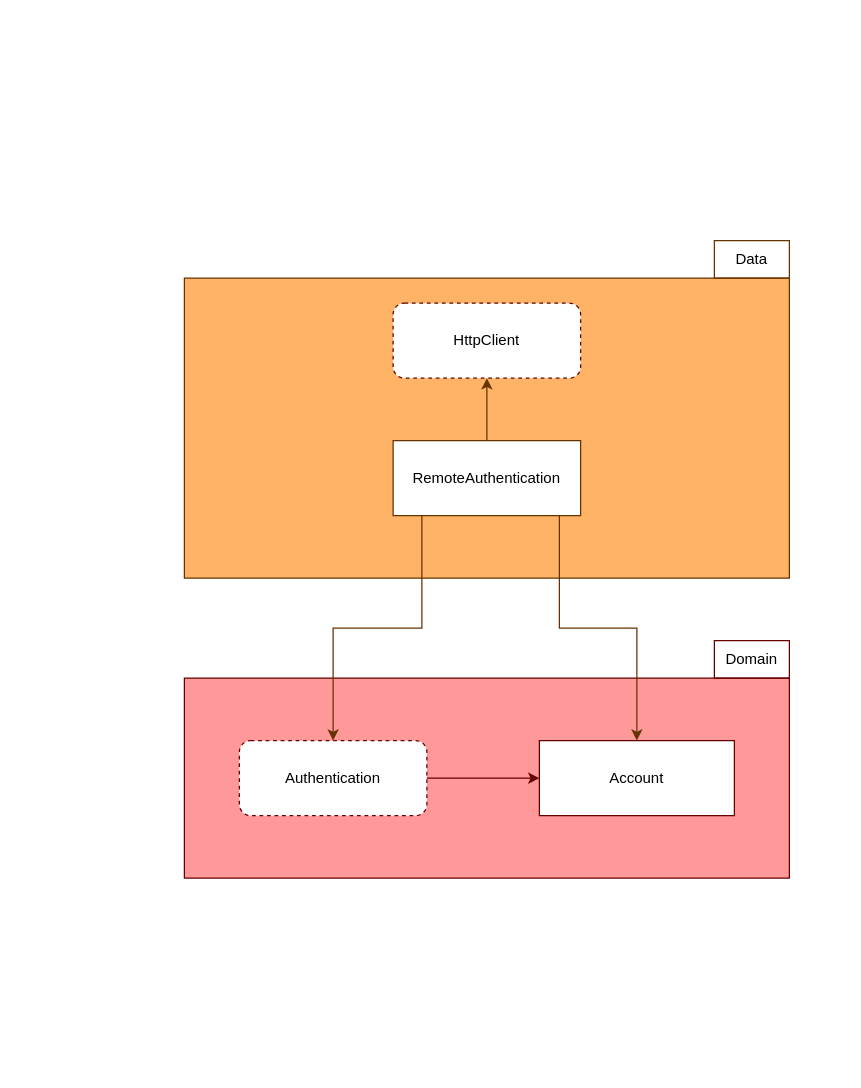
The draw.io diagram diagrams/Diagrama clean-flutter-app.drawio in camargoguilherme/draw.io-repository-public, before the edit. Source tidied: cells renumbered, new cells numbered last; positions are measured from the earlier drawing's top-left corner, leaving out a move shared by most shapes. Both pictures are drawn from the tidied source at 125%, with x=0, y=0 at pixel (184, 240).
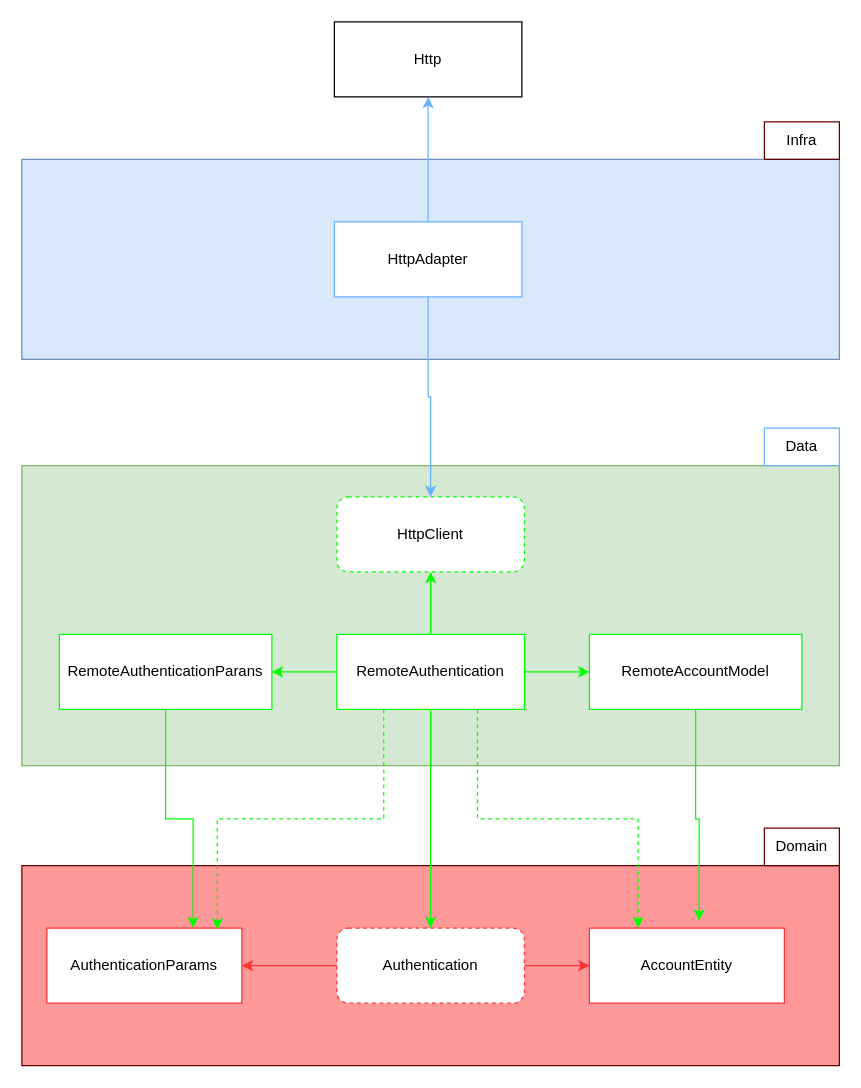
The same diagram, later.

What changed in the source:
```diff
@@
-    <mxCell id="2" style="rounded=0;whiteSpace=wrap;html=1;fillColor=#FFB366;strokeColor=#663300;" parent="1" vertex="1">
-      <mxGeometry y="30" width="484" height="240" as="geometry" />
+    <mxCell id="2" style="rounded=0;whiteSpace=wrap;html=1;fillColor=#d5e8d4;strokeColor=#82b366;" parent="1" vertex="1">
+      <mxGeometry x="-130" y="180" width="654" height="240" as="geometry" />
     </mxCell>
     <mxCell id="3" style="rounded=0;whiteSpace=wrap;html=1;fillColor=#FF9999;strokeColor=#660000;" parent="1" vertex="1">
-      <mxGeometry y="350" width="484" height="160" as="geometry" />
+      <mxGeometry x="-130" y="500" width="654" height="160" as="geometry" />
     </mxCell>
+    <mxCell id="6" style="edgeStyle=orthogonalEdgeStyle;rounded=0;jettySize=auto;html=1;strokeColor=#00FF00;" parent="1" edge="1" source="7" target="13">
+      <mxGeometry relative="1" as="geometry" />
+    </mxCell>
+    <mxCell id="14" style="edgeStyle=orthogonalEdgeStyle;rounded=0;jettySize=auto;html=1;strokeColor=#00FF00;" parent="1" edge="1" source="7" target="19">
+      <mxGeometry relative="1" as="geometry" />
+    </mxCell>
+    <mxCell id="15" style="edgeStyle=orthogonalEdgeStyle;rounded=0;jettySize=auto;html=1;strokeColor=#00FF00;" parent="1" edge="1" source="7" target="18">
+      <mxGeometry relative="1" as="geometry" />
+    </mxCell>
-    <mxCell id="4" style="edgeStyle=orthogonalEdgeStyle;rounded=0;jettySize=auto;html=1;strokeColor=#663300;" parent="1" edge="1" source="7" target="10">
-      <mxGeometry relative="1" as="geometry">
-        <Array as="points">
-          <mxPoint x="190" y="310" />
-          <mxPoint x="119" y="310" />
-        </Array>
-      </mxGeometry>
+    <mxCell id="4" style="edgeStyle=orthogonalEdgeStyle;rounded=0;jettySize=auto;html=1;strokeColor=#00FF00;" parent="1" edge="1" source="7" target="10">
+      <mxGeometry relative="1" as="geometry" />
     </mxCell>
-    <mxCell id="5" style="edgeStyle=orthogonalEdgeStyle;rounded=0;jettySize=auto;html=1;strokeColor=#663300;" parent="1" edge="1" source="7" target="11">
-      <mxGeometry relative="1" as="geometry">
-        <Array as="points">
-          <mxPoint x="300" y="310" />
-          <mxPoint x="362" y="310" />
-        </Array>
-      </mxGeometry>
+    <mxCell id="5" style="edgeStyle=orthogonalEdgeStyle;rounded=0;jettySize=auto;html=1;exitX=0.75;exitY=1;exitDx=0;exitDy=0;entryX=0.25;entryY=0;entryDx=0;entryDy=0;dashed=1;strokeColor=#00FF00;" parent="1" edge="1" source="7" target="11">
+      <mxGeometry relative="1" as="geometry" />
     </mxCell>
-    <mxCell id="6" style="edgeStyle=orthogonalEdgeStyle;rounded=0;jettySize=auto;html=1;strokeColor=#663300;" parent="1" edge="1" source="7" target="13">
-      <mxGeometry relative="1" as="geometry" />
-    </mxCell>
-    <mxCell id="7" value="RemoteAuthentication" style="rounded=0;whiteSpace=wrap;html=1;strokeColor=#663300;" parent="1" vertex="1">
-      <mxGeometry x="167" y="160" width="150" height="60" as="geometry" />
+    <mxCell id="7" value="RemoteAuthentication" style="rounded=0;whiteSpace=wrap;html=1;strokeColor=#00FF00;" parent="1" vertex="1">
+      <mxGeometry x="122" y="315" width="150" height="60" as="geometry" />
     </mxCell>
-    <mxCell id="8" value="Data" style="text;html=1;strokeColor=#663300;fillColor=none;align=center;verticalAlign=middle;whiteSpace=wrap;rounded=0;" parent="1" vertex="1">
-      <mxGeometry x="424" width="60" height="30" as="geometry" />
+    <mxCell id="8" value="Data" style="text;html=1;strokeColor=#66B2FF;fillColor=none;align=center;verticalAlign=middle;whiteSpace=wrap;rounded=0;" parent="1" vertex="1">
+      <mxGeometry x="464" y="150" width="60" height="30" as="geometry" />
     </mxCell>
-    <mxCell id="9" style="edgeStyle=orthogonalEdgeStyle;rounded=0;jettySize=auto;html=1;entryX=0;entryY=0.5;entryDx=0;entryDy=0;strokeColor=#660000;" parent="1" edge="1" source="10" target="11">
+    <mxCell id="9" style="edgeStyle=orthogonalEdgeStyle;rounded=0;jettySize=auto;html=1;entryX=0;entryY=0.5;entryDx=0;entryDy=0;strokeColor=#FF3333;" parent="1" edge="1" source="10" target="11">
       <mxGeometry relative="1" as="geometry" />
     </mxCell>
+    <mxCell id="16" style="edgeStyle=orthogonalEdgeStyle;rounded=0;jettySize=auto;html=1;entryX=1;entryY=0.5;entryDx=0;entryDy=0;strokeColor=#FF3333;" parent="1" edge="1" source="10" target="20">
+      <mxGeometry relative="1" as="geometry" />
+    </mxCell>
-    <mxCell id="10" value="Authentication" style="rounded=1;whiteSpace=wrap;html=1;dashed=1;strokeColor=#660000;" parent="1" vertex="1">
-      <mxGeometry x="44" y="400" width="150" height="60" as="geometry" />
+    <mxCell id="10" value="Authentication" style="rounded=1;whiteSpace=wrap;html=1;dashed=1;strokeColor=#FF3333;" parent="1" vertex="1">
+      <mxGeometry x="122" y="550" width="150" height="60" as="geometry" />
     </mxCell>
-    <mxCell id="11" value="Account" style="rounded=0;whiteSpace=wrap;html=1;strokeColor=#660000;" parent="1" vertex="1">
-      <mxGeometry x="284" y="400" width="156" height="60" as="geometry" />
+    <mxCell id="11" value="AccountEntity" style="rounded=0;whiteSpace=wrap;html=1;strokeColor=#FF3333;" parent="1" vertex="1">
+      <mxGeometry x="324" y="550" width="156" height="60" as="geometry" />
     </mxCell>
     <mxCell id="12" value="Domain" style="text;html=1;strokeColor=#660000;fillColor=none;align=center;verticalAlign=middle;whiteSpace=wrap;rounded=0;" parent="1" vertex="1">
-      <mxGeometry x="424" y="320" width="60" height="30" as="geometry" />
+      <mxGeometry x="464" y="470" width="60" height="30" as="geometry" />
     </mxCell>
-    <mxCell id="13" value="HttpClient" style="rounded=1;whiteSpace=wrap;html=1;dashed=1;strokeColor=#660000;" parent="1" vertex="1">
-      <mxGeometry x="167" y="50" width="150" height="60" as="geometry" />
+    <mxCell id="13" value="HttpClient" style="rounded=1;whiteSpace=wrap;html=1;dashed=1;strokeColor=#00FF00;" parent="1" vertex="1">
+      <mxGeometry x="122" y="205" width="150" height="60" as="geometry" />
     </mxCell>
+    <mxCell id="17" style="edgeStyle=orthogonalEdgeStyle;rounded=0;jettySize=auto;html=1;entryX=0.75;entryY=0;entryDx=0;entryDy=0;strokeColor=#00FF00;" parent="1" edge="1" source="18" target="20">
+      <mxGeometry relative="1" as="geometry" />
+    </mxCell>
+    <mxCell id="18" value="RemoteAuthenticationParans" style="rounded=0;whiteSpace=wrap;html=1;strokeColor=#00FF00;" parent="1" vertex="1">
+      <mxGeometry x="-100" y="315" width="170" height="60" as="geometry" />
+    </mxCell>
+    <mxCell id="19" value="RemoteAccountModel" style="rounded=0;whiteSpace=wrap;html=1;strokeColor=#00FF00;" parent="1" vertex="1">
+      <mxGeometry x="324" y="315" width="170" height="60" as="geometry" />
+    </mxCell>
+    <mxCell id="20" value="AuthenticationParams" style="rounded=0;whiteSpace=wrap;html=1;strokeColor=#FF3333;" parent="1" vertex="1">
+      <mxGeometry x="-110" y="550" width="156" height="60" as="geometry" />
+    </mxCell>
+    <mxCell id="21" style="edgeStyle=orthogonalEdgeStyle;rounded=0;jettySize=auto;html=1;entryX=0.563;entryY=-0.1;entryDx=0;entryDy=0;entryPerimeter=0;strokeColor=#00FF00;" parent="1" edge="1" source="19" target="11">
+      <mxGeometry relative="1" as="geometry" />
+    </mxCell>
+    <mxCell id="22" style="edgeStyle=orthogonalEdgeStyle;rounded=0;jettySize=auto;html=1;exitX=0.25;exitY=1;exitDx=0;exitDy=0;entryX=0.874;entryY=0.018;entryDx=0;entryDy=0;entryPerimeter=0;dashed=1;strokeColor=#00FF00;" parent="1" edge="1" source="7" target="20">
+      <mxGeometry relative="1" as="geometry" />
+    </mxCell>
+    <mxCell id="23" style="rounded=0;whiteSpace=wrap;html=1;fillColor=#dae8fc;strokeColor=#6c8ebf;" parent="1" vertex="1">
+      <mxGeometry x="-130" y="-65" width="654" height="160" as="geometry" />
+    </mxCell>
+    <mxCell id="24" value="Infra" style="text;html=1;strokeColor=#660000;fillColor=none;align=center;verticalAlign=middle;whiteSpace=wrap;rounded=0;" parent="1" vertex="1">
+      <mxGeometry x="464" y="-95" width="60" height="30" as="geometry" />
+    </mxCell>
+    <mxCell id="25" style="edgeStyle=orthogonalEdgeStyle;rounded=0;jettySize=auto;html=1;entryX=0.5;entryY=0;entryDx=0;entryDy=0;strokeColor=#66B2FF;" parent="1" edge="1" source="27" target="13">
+      <mxGeometry relative="1" as="geometry" />
+    </mxCell>
+    <mxCell id="26" style="edgeStyle=orthogonalEdgeStyle;rounded=0;jettySize=auto;html=1;entryX=0.5;entryY=1;entryDx=0;entryDy=0;strokeColor=#66B2FF;" parent="1" edge="1" source="27" target="28">
+      <mxGeometry relative="1" as="geometry" />
+    </mxCell>
+    <mxCell id="27" value="HttpAdapter" style="rounded=0;whiteSpace=wrap;html=1;strokeColor=#66B2FF;" parent="1" vertex="1">
+      <mxGeometry x="120" y="-15" width="150" height="60" as="geometry" />
+    </mxCell>
+    <mxCell id="28" value="Http&lt;br&gt;" style="rounded=0;whiteSpace=wrap;html=1;" parent="1" vertex="1">
+      <mxGeometry x="120" y="-175" width="150" height="60" as="geometry" />
+    </mxCell>
```
